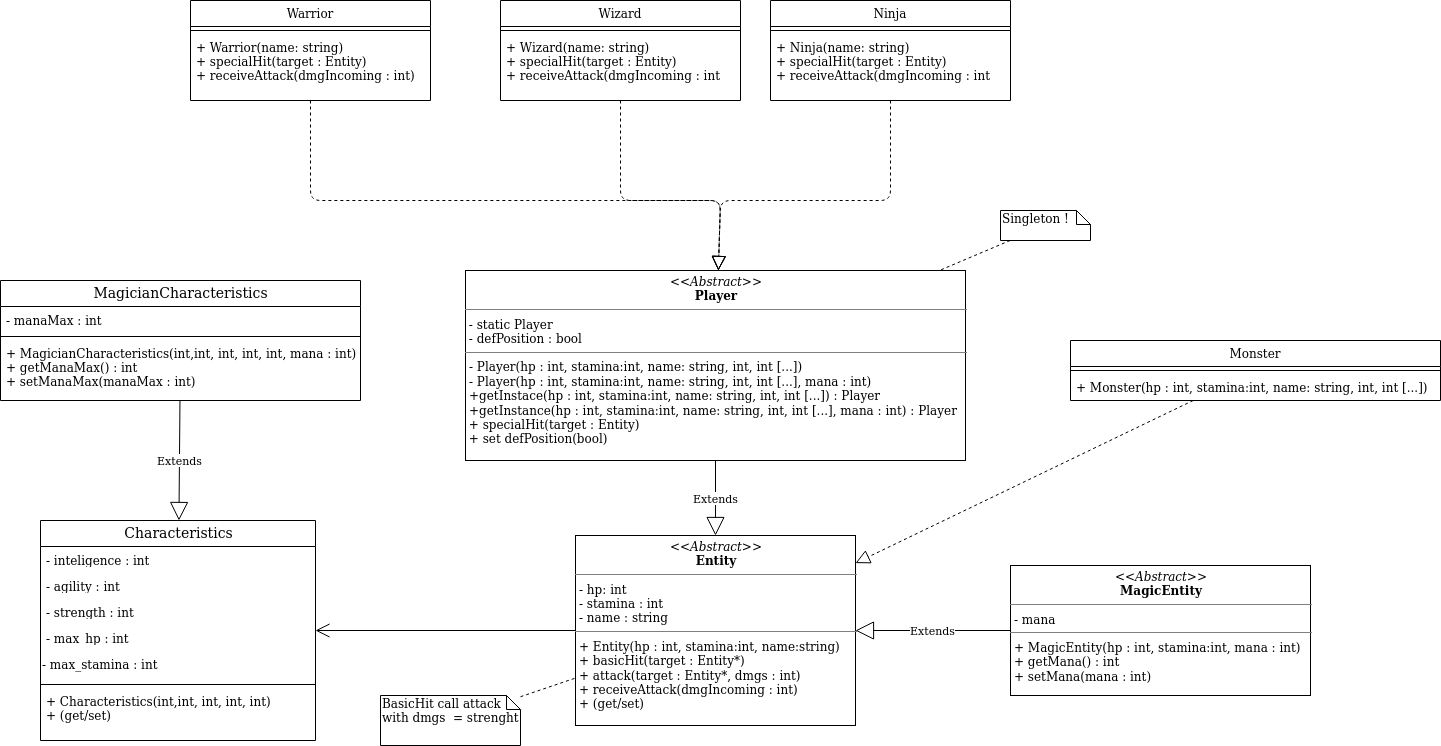
Earlier version of the draw.io export UMLs/Overview_characters.png (LavergneC/JavaRPG). Source tidied: cells renumbered, new cells last; positions are measured from the earlier drawing's top-left corner, leaving out a move shared by most shapes.
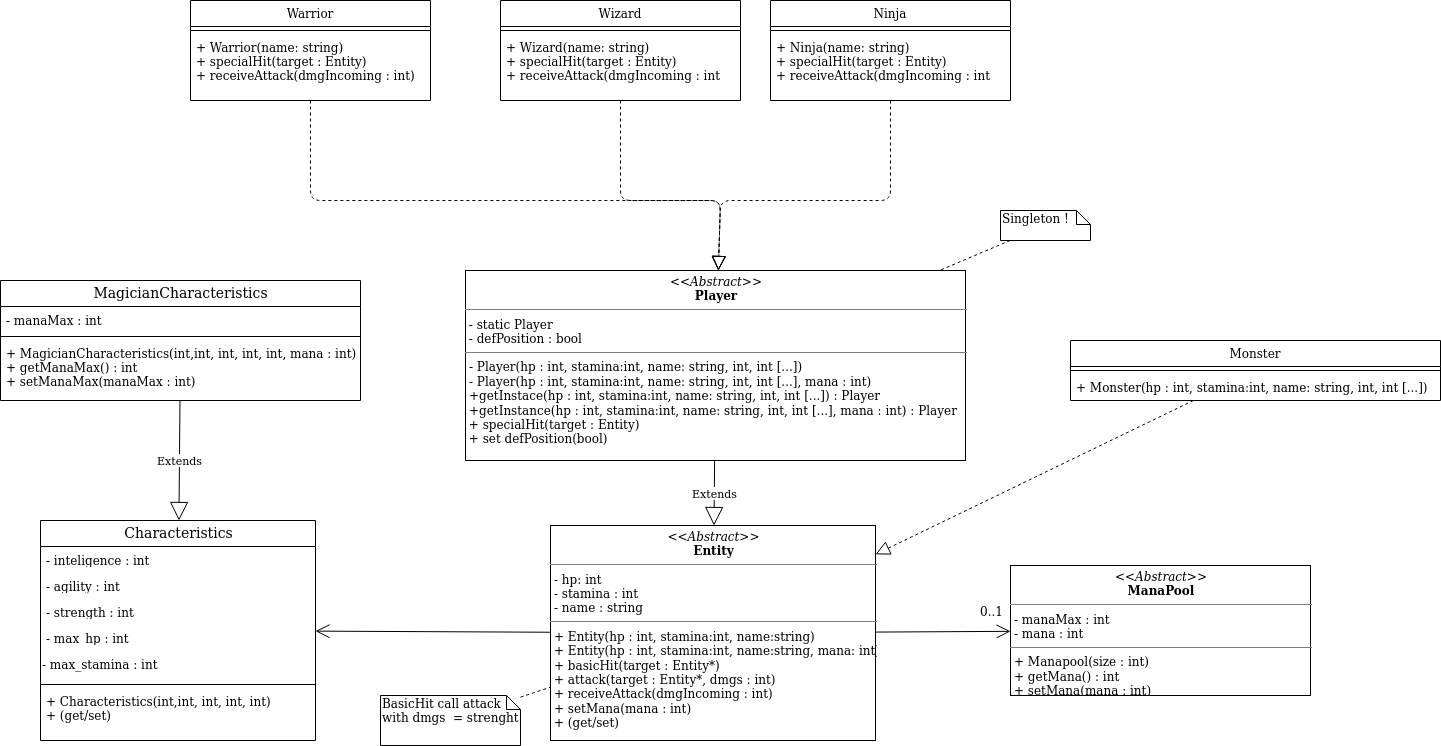
After the change.

Commit message:
fix mana management

Change to the diagram source:
```diff
@@ -2,15 +2,12 @@
   <root>
     <mxCell id="0" />
     <mxCell id="1" parent="0" />
-    <mxCell id="2" value="&lt;p style=&quot;margin: 0px ; margin-top: 4px ; text-align: center&quot;&gt;&lt;i&gt;&amp;lt;&amp;lt;Abstract&amp;gt;&amp;gt;&lt;/i&gt;&lt;br&gt;&lt;b&gt;Entity&lt;/b&gt;&lt;/p&gt;&lt;hr size=&quot;1&quot;&gt;&lt;p style=&quot;margin: 0px ; margin-left: 4px&quot;&gt;- hp: int&lt;br&gt;- stamina : int&lt;/p&gt;&lt;p style=&quot;margin: 0px ; margin-left: 4px&quot;&gt;- name : string&lt;br&gt;&lt;/p&gt;&lt;hr size=&quot;1&quot;&gt;&lt;p style=&quot;margin: 0px ; margin-left: 4px&quot;&gt;+ Entity(hp : int, stamina:int, name:string)&lt;/p&gt;&lt;p style=&quot;margin: 0px ; margin-left: 4px&quot;&gt;+ basicHit(target : Entity*)&lt;br&gt;&lt;/p&gt;&lt;p style=&quot;margin: 0px ; margin-left: 4px&quot;&gt;+ attack(target : Entity*, dmgs : int)&lt;/p&gt;&lt;p style=&quot;margin: 0px ; margin-left: 4px&quot;&gt;+ receiveAttack(dmgIncoming : int)&lt;/p&gt;&lt;p style=&quot;margin: 0px ; margin-left: 4px&quot;&gt;+ (get/set)&lt;br&gt;&lt;/p&gt;&lt;p style=&quot;margin: 0px ; margin-left: 4px&quot;&gt;&lt;br&gt;&lt;/p&gt;" style="verticalAlign=top;align=left;overflow=fill;fontSize=12;fontFamily=Helvetica;html=1;rounded=0;shadow=0;comic=0;labelBackgroundColor=none;strokeWidth=1;" parent="1" vertex="1">
-      <mxGeometry x="575" y="535" width="280" height="190" as="geometry" />
+    <mxCell id="2" value="&lt;p style=&quot;margin: 0px ; margin-top: 4px ; text-align: center&quot;&gt;&lt;i&gt;&amp;lt;&amp;lt;Abstract&amp;gt;&amp;gt;&lt;/i&gt;&lt;br&gt;&lt;b&gt;Entity&lt;/b&gt;&lt;/p&gt;&lt;hr size=&quot;1&quot;&gt;&lt;p style=&quot;margin: 0px ; margin-left: 4px&quot;&gt;- hp: int&lt;br&gt;- stamina : int&lt;/p&gt;&lt;p style=&quot;margin: 0px ; margin-left: 4px&quot;&gt;- name : string&lt;br&gt;&lt;/p&gt;&lt;hr size=&quot;1&quot;&gt;&lt;p style=&quot;margin: 0px ; margin-left: 4px&quot;&gt;+ Entity(hp : int, stamina:int, name:string)&lt;/p&gt;&lt;p style=&quot;margin: 0px ; margin-left: 4px&quot;&gt;+ Entity(hp : int, stamina:int, name:string, mana: int)&lt;/p&gt;&lt;p style=&quot;margin: 0px ; margin-left: 4px&quot;&gt;+ basicHit(target : Entity*)&lt;br&gt;&lt;/p&gt;&lt;p style=&quot;margin: 0px ; margin-left: 4px&quot;&gt;+ attack(target : Entity*, dmgs : int)&lt;/p&gt;&lt;p style=&quot;margin: 0px ; margin-left: 4px&quot;&gt;+ receiveAttack(dmgIncoming : int)&lt;/p&gt;&lt;p style=&quot;margin: 0px ; margin-left: 4px&quot;&gt;+ setMana(mana : int)&lt;/p&gt;&lt;p style=&quot;margin: 0px ; margin-left: 4px&quot;&gt;+ (get/set)&lt;br&gt;&lt;/p&gt;&lt;p style=&quot;margin: 0px ; margin-left: 4px&quot;&gt;&lt;br&gt;&lt;/p&gt;" style="verticalAlign=top;align=left;overflow=fill;fontSize=12;fontFamily=Helvetica;html=1;rounded=0;shadow=0;comic=0;labelBackgroundColor=none;strokeWidth=1;" parent="1" vertex="1">
+      <mxGeometry x="550" y="525" width="325" height="215" as="geometry" />
     </mxCell>
-    <mxCell id="3" value="&lt;p style=&quot;margin: 0px ; margin-top: 4px ; text-align: center&quot;&gt;&lt;i&gt;&amp;lt;&amp;lt;&lt;/i&gt;&lt;i&gt;&lt;i&gt;Abstract&lt;/i&gt;&amp;gt;&amp;gt;&lt;/i&gt;&lt;br&gt;&lt;b&gt;MagicEntity&lt;/b&gt;&lt;/p&gt;&lt;hr size=&quot;1&quot;&gt;&lt;p style=&quot;margin: 0px ; margin-left: 4px&quot;&gt;- mana&lt;br&gt;&lt;/p&gt;&lt;hr size=&quot;1&quot;&gt;&lt;p style=&quot;margin: 0px ; margin-left: 4px&quot;&gt;+ MagicEntity(hp : int, stamina:int, mana : int)&lt;/p&gt;&lt;p style=&quot;margin: 0px ; margin-left: 4px&quot;&gt;+ getMana() : int&lt;br&gt;&lt;/p&gt;&lt;p style=&quot;margin: 0px ; margin-left: 4px&quot;&gt;+ setMana(mana : int)&lt;br&gt;&lt;/p&gt;&lt;p style=&quot;margin: 0px ; margin-left: 4px&quot;&gt;&lt;br&gt;&lt;/p&gt;" style="verticalAlign=top;align=left;overflow=fill;fontSize=12;fontFamily=Helvetica;html=1;rounded=0;shadow=0;comic=0;labelBackgroundColor=none;strokeWidth=1;" parent="1" vertex="1">
+    <mxCell id="3" value="&lt;p style=&quot;margin: 0px ; margin-top: 4px ; text-align: center&quot;&gt;&lt;i&gt;&amp;lt;&amp;lt;&lt;/i&gt;&lt;i&gt;&lt;i&gt;Abstract&lt;/i&gt;&amp;gt;&amp;gt;&lt;/i&gt;&lt;br&gt;&lt;b&gt;ManaPool&lt;/b&gt;&lt;/p&gt;&lt;hr size=&quot;1&quot;&gt;&lt;p style=&quot;margin: 0px ; margin-left: 4px&quot;&gt;- manaMax : int&lt;/p&gt;&lt;p style=&quot;margin: 0px ; margin-left: 4px&quot;&gt;- mana : int&lt;br&gt;&lt;/p&gt;&lt;hr size=&quot;1&quot;&gt;&lt;p style=&quot;margin: 0px ; margin-left: 4px&quot;&gt;+ Manapool(size : int)&lt;/p&gt;&lt;p style=&quot;margin: 0px ; margin-left: 4px&quot;&gt;+ getMana() : int&lt;br&gt;&lt;/p&gt;&lt;p style=&quot;margin: 0px ; margin-left: 4px&quot;&gt;+ setMana(mana : int)&lt;br&gt;&lt;/p&gt;&lt;p style=&quot;margin: 0px ; margin-left: 4px&quot;&gt;&lt;br&gt;&lt;/p&gt;" style="verticalAlign=top;align=left;overflow=fill;fontSize=12;fontFamily=Helvetica;html=1;rounded=0;shadow=0;comic=0;labelBackgroundColor=none;strokeWidth=1;" parent="1" vertex="1">
       <mxGeometry x="1010" y="565" width="300" height="130" as="geometry" />
     </mxCell>
-    <mxCell id="4" value="Extends" style="endArrow=block;endSize=16;endFill=0;html=1;" parent="1" edge="1" source="3" target="2">
-      <mxGeometry relative="1" as="geometry" />
-    </mxCell>
     <mxCell id="5" value="Extends" style="endArrow=block;endSize=16;endFill=0;html=1;" parent="1" edge="1" source="23" target="15">
       <mxGeometry relative="1" as="geometry" />
     </mxCell>
@@ -134,5 +131,13 @@
     <mxCell id="40" style="endArrow=none;dashed=1;html=1;" parent="1" edge="1" source="39" target="7">
       <mxGeometry relative="1" as="geometry" />
     </mxCell>
+    <mxCell id="41" style="endArrow=open;endFill=1;endSize=12;html=1;" parent="1" edge="1" source="2" target="3">
+      <mxGeometry relative="1" as="geometry" />
+    </mxCell>
+    <mxCell id="42" value="0..1" style="text;html=1;align=center;verticalAlign=middle;labelBackgroundColor=#ffffff;" parent="41" vertex="1">
+      <mxGeometry x="0.7" y="-4" relative="1" as="geometry">
+        <mxPoint y="-24" as="offset" />
+      </mxGeometry>
+    </mxCell>
   </root>
 </mxGraphModel>
```
